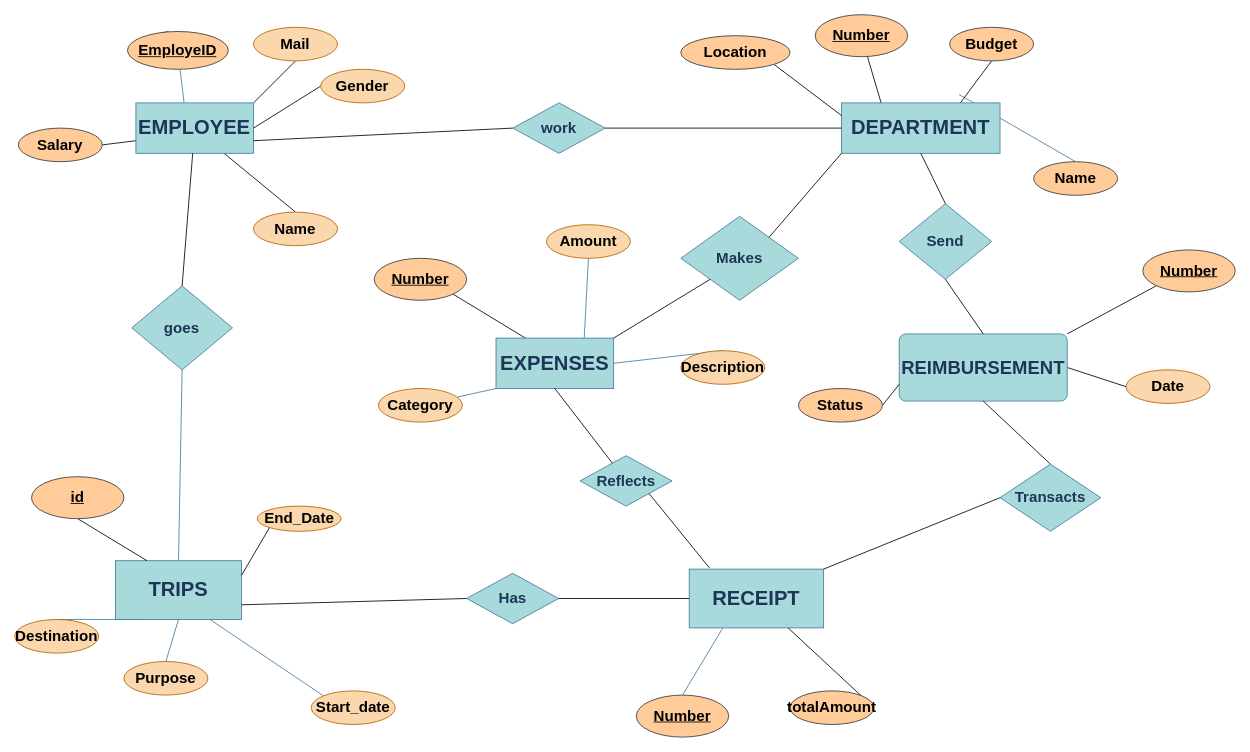
kaanygl/database keeps this draw.io diagram as database_project.drawio. Above is the earlier version. Source tidied: cells renumbered, new cells numbered last; positions are measured from the earlier drawing's top-left corner, leaving out a move shared by most shapes. Both pictures are drawn from the tidied source at 84%, with x=0, y=0 at pixel (14, 14).
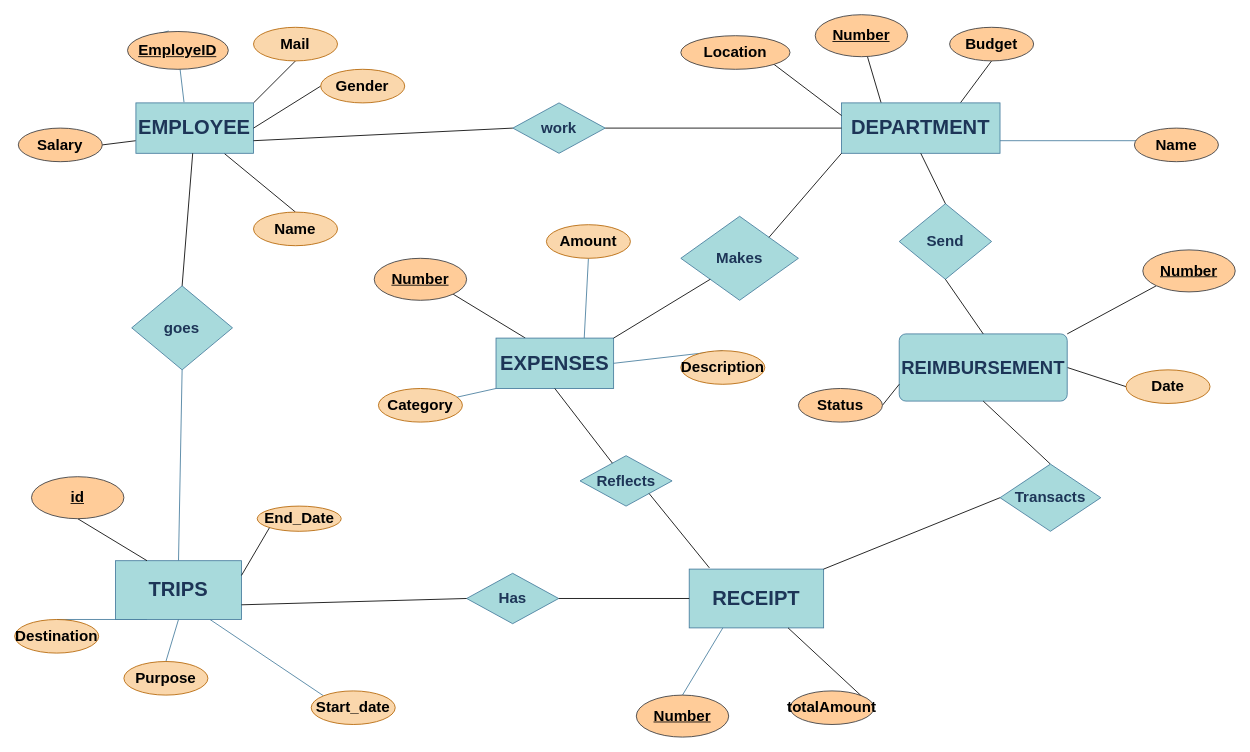
The same diagram, later.

Unchanged cells that the change refers to:
```xml
<mxCell id="23" value="&lt;h1&gt;DEPARTMENT&lt;/h1&gt;" style="whiteSpace=wrap;html=1;align=center;strokeColor=#457B9D;fontColor=#1D3557;fillColor=#A8DADC;" parent="1" vertex="1">
  <mxGeometry x="984.3" y="105" width="188.7" height="60" as="geometry" />
</mxCell>
```

Diff of the diagram source:
```diff
@@
-    <mxCell id="20" style="edgeStyle=none;rounded=0;jettySize=auto;html=1;exitX=0.75;exitY=1;exitDx=0;exitDy=0;entryX=0.5;entryY=0;entryDx=0;entryDy=0;strokeColor=#457B9D;fontColor=#1D3557;fillColor=#A8DADC;endArrow=none;endFill=0;" parent="1" edge="1" target="26">
+    <mxCell id="20" style="edgeStyle=none;rounded=0;jettySize=auto;html=1;exitX=1;exitY=0.75;exitDx=0;exitDy=0;strokeColor=#457B9D;fontColor=#1D3557;fillColor=#A8DADC;endArrow=none;endFill=0;" parent="1" edge="1" source="23">
       <mxGeometry relative="1" as="geometry">
-        <mxPoint x="1124.3" y="95" as="sourcePoint" />
+        <mxPoint x="1343" y="150" as="targetPoint" />
       </mxGeometry>
     </mxCell>
@@
     <mxCell id="26" value="&lt;h2&gt;Name&lt;/h2&gt;" style="ellipse;whiteSpace=wrap;html=1;align=center;strokeColor=#36393d;fillColor=#ffcc99;" parent="1" vertex="1">
-      <mxGeometry x="1213" y="175" width="100" height="40" as="geometry" />
+      <mxGeometry x="1333" y="135" width="100" height="40" as="geometry" />
     </mxCell>
```
